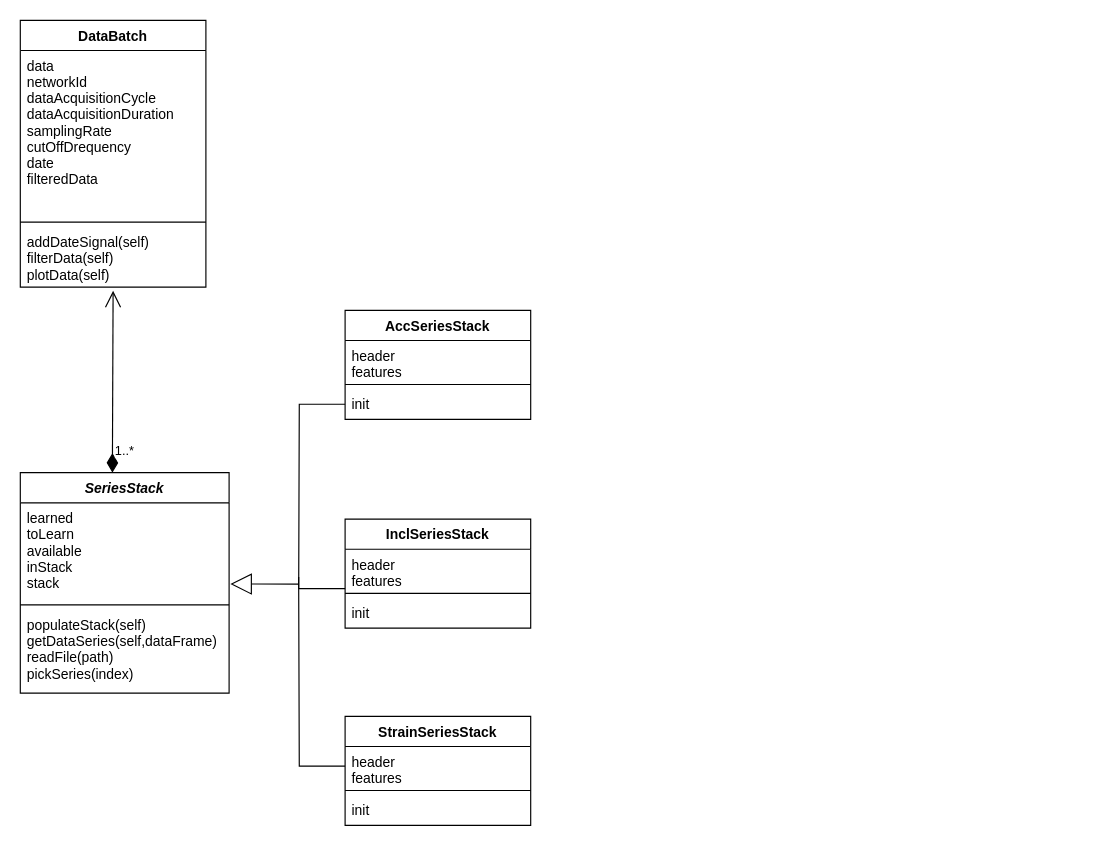
This is page "Page-3" (3 of 3) of klasschema.drawio from jesperiksson/struc-mon, a draw.io file, before an edit. Source tidied: cells renumbered, new cells numbered last; positions are measured from the earlier drawing's top-left corner, leaving out a move shared by most shapes. Both pictures are drawn from the tidied source at 116%, with x=0, y=0 at pixel (20, 20).
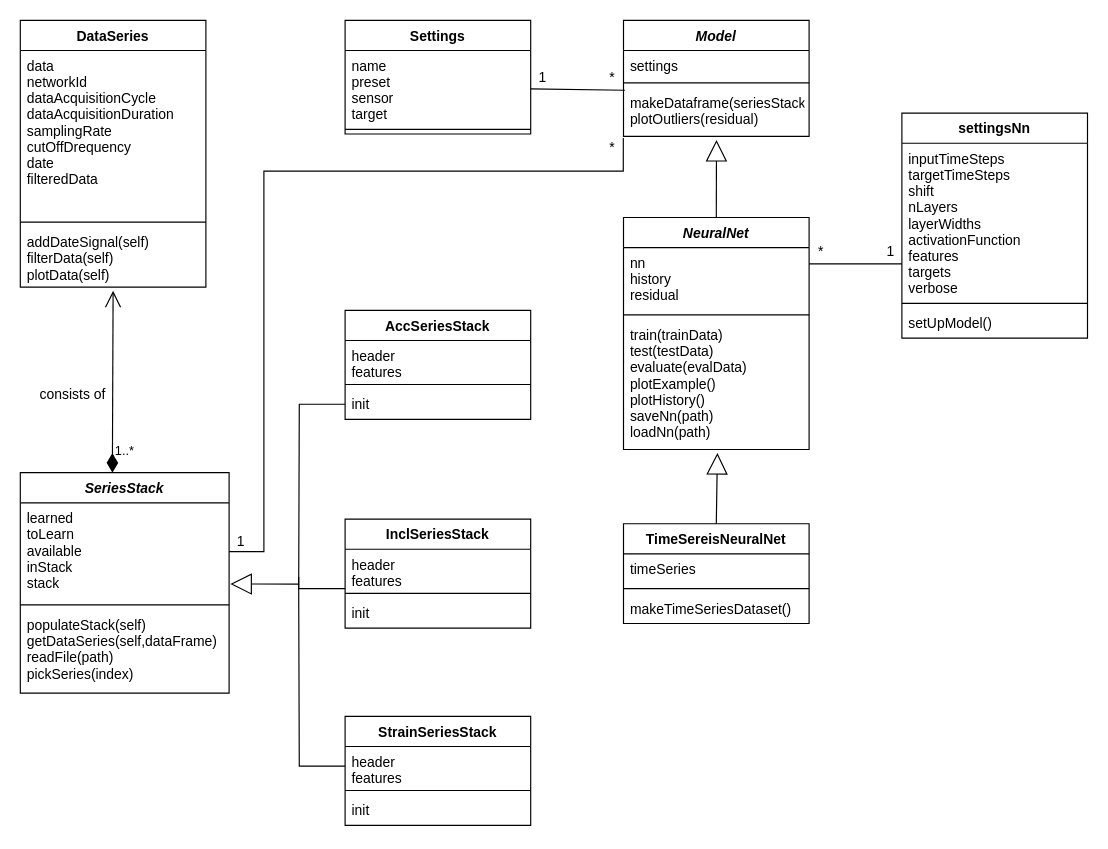
The same diagram, later.

The change refers to these unchanged cells:
```xml
<mxCell id="7" value="learned&#10;toLearn&#10;available&#10;inStack&#10;stack" style="text;strokeColor=none;fillColor=none;align=left;verticalAlign=top;spacingLeft=4;spacingRight=4;overflow=hidden;points=[[0,0.5],[1,0.5]];portConstraint=eastwest;" parent="6" vertex="1">
  <mxGeometry y="26" width="180" height="84" as="geometry" />
</mxCell>
```

Diff of the diagram source:
```diff
@@
-    <mxCell id="2" value="DataBatch" style="swimlane;fontStyle=1;align=center;verticalAlign=top;horizontal=1;startSize=26;" parent="1" vertex="1">
+    <mxCell id="2" value="DataSeries" style="swimlane;fontStyle=1;align=center;verticalAlign=top;horizontal=1;startSize=26;" parent="1" vertex="1">
       <mxGeometry width="160" height="230" as="geometry" />
     </mxCell>
@@
+    <mxCell id="27" value="consists of" style="text;html=1;align=center;verticalAlign=middle;" parent="1" vertex="1">
+      <mxGeometry x="10" y="313" width="70" height="20" as="geometry" />
+    </mxCell>
+    <mxCell id="28" value="Model" style="swimlane;fontStyle=3;align=center;verticalAlign=top;horizontal=1;startSize=26;" parent="1" vertex="1">
+      <mxGeometry x="520" width="160" height="100" as="geometry" />
+    </mxCell>
+    <mxCell id="29" value="settings&#10;" style="text;strokeColor=none;fillColor=none;align=left;verticalAlign=top;spacingLeft=4;spacingRight=4;overflow=hidden;" parent="28" vertex="1">
+      <mxGeometry y="26" width="160" height="24" as="geometry" />
+    </mxCell>
+    <mxCell id="30" style="line;strokeWidth=1;fillColor=none;align=left;verticalAlign=middle;spacingTop=-1;spacingLeft=3;spacingRight=3;labelPosition=right;" parent="28" vertex="1">
+      <mxGeometry y="50" width="160" height="8" as="geometry" />
+    </mxCell>
+    <mxCell id="31" value="makeDataframe(seriesStack)&#10;plotOutliers(residual)" style="text;strokeColor=none;fillColor=none;align=left;verticalAlign=top;spacingLeft=4;spacingRight=4;overflow=hidden;points=[[0,0.5],[1,0.5]];portConstraint=eastwest;" parent="28" vertex="1">
+      <mxGeometry y="58" width="160" height="42" as="geometry" />
+    </mxCell>
+    <mxCell id="32" value="NeuralNet" style="swimlane;fontStyle=3;align=center;verticalAlign=top;horizontal=1;startSize=26;" parent="1" vertex="1">
+      <mxGeometry x="520" y="170" width="160" height="200" as="geometry" />
+    </mxCell>
+    <mxCell id="33" value="nn&#10;history&#10;residual" style="text;strokeColor=none;fillColor=none;align=left;verticalAlign=top;spacingLeft=4;spacingRight=4;overflow=hidden;points=[[0,0.5],[1,0.5]];portConstraint=eastwest;" parent="32" vertex="1">
+      <mxGeometry y="26" width="160" height="54" as="geometry" />
+    </mxCell>
+    <mxCell id="34" style="line;strokeWidth=1;fillColor=none;align=left;verticalAlign=middle;spacingTop=-1;spacingLeft=3;spacingRight=3;labelPosition=right;" parent="32" vertex="1">
+      <mxGeometry y="80" width="160" height="8" as="geometry" />
+    </mxCell>
+    <mxCell id="35" value="train(trainData)&#10;test(testData)&#10;evaluate(evalData)&#10;plotExample()&#10;plotHistory()&#10;saveNn(path)&#10;loadNn(path)&#10;" style="text;strokeColor=none;fillColor=none;align=left;verticalAlign=top;spacingLeft=4;spacingRight=4;overflow=hidden;points=[[0,0.5],[1,0.5]];portConstraint=eastwest;" parent="32" vertex="1">
+      <mxGeometry y="88" width="160" height="112" as="geometry" />
+    </mxCell>
+    <mxCell id="36" style="endArrow=block;endSize=16;endFill=0;html=1;exitX=0.5;exitY=0;exitDx=0;exitDy=0;entryX=0.501;entryY=1.075;entryDx=0;entryDy=0;entryPerimeter=0;" parent="1" edge="1" source="32" target="31">
+      <mxGeometry relative="1" as="geometry" />
+    </mxCell>
+    <mxCell id="37" value="TimeSereisNeuralNet" style="swimlane;fontStyle=1;align=center;verticalAlign=top;horizontal=1;startSize=26;" parent="1" vertex="1">
+      <mxGeometry x="520" y="434" width="160" height="86" as="geometry" />
+    </mxCell>
+    <mxCell id="38" value="timeSeries" style="text;strokeColor=none;fillColor=none;align=left;verticalAlign=top;spacingLeft=4;spacingRight=4;overflow=hidden;" parent="37" vertex="1">
+      <mxGeometry y="26" width="160" height="26" as="geometry" />
+    </mxCell>
+    <mxCell id="39" style="line;strokeWidth=1;fillColor=none;align=left;verticalAlign=middle;spacingTop=-1;spacingLeft=3;spacingRight=3;labelPosition=right;" parent="37" vertex="1">
+      <mxGeometry y="52" width="160" height="8" as="geometry" />
+    </mxCell>
+    <mxCell id="40" value="makeTimeSeriesDataset()" style="text;strokeColor=none;fillColor=none;align=left;verticalAlign=top;spacingLeft=4;spacingRight=4;overflow=hidden;" parent="37" vertex="1">
+      <mxGeometry y="60" width="160" height="26" as="geometry" />
+    </mxCell>
+    <mxCell id="41" style="endArrow=block;endSize=16;endFill=0;html=1;exitX=0.5;exitY=0;exitDx=0;exitDy=0;entryX=0.506;entryY=1.027;entryDx=0;entryDy=0;entryPerimeter=0;" parent="1" edge="1" source="37" target="35">
+      <mxGeometry relative="1" as="geometry" />
+    </mxCell>
+    <mxCell id="42" value="Settings" style="swimlane;fontStyle=1;align=center;verticalAlign=top;horizontal=1;startSize=26;" parent="1" vertex="1">
+      <mxGeometry x="280" width="160" height="98" as="geometry" />
+    </mxCell>
+    <mxCell id="43" value="name&#10;preset&#10;sensor&#10;target" style="text;strokeColor=none;fillColor=none;align=left;verticalAlign=top;spacingLeft=4;spacingRight=4;overflow=hidden;points=[[0,0.5],[1,0.5]];portConstraint=eastwest;" parent="42" vertex="1">
+      <mxGeometry y="26" width="160" height="64" as="geometry" />
+    </mxCell>
+    <mxCell id="44" style="line;strokeWidth=1;fillColor=none;align=left;verticalAlign=middle;spacingTop=-1;spacingLeft=3;spacingRight=3;labelPosition=right;" parent="42" vertex="1">
+      <mxGeometry y="90" width="160" height="8" as="geometry" />
+    </mxCell>
+    <mxCell id="45" style="edgeStyle=none;rounded=0;jettySize=auto;html=1;entryX=0.007;entryY=0.055;entryDx=0;entryDy=0;entryPerimeter=0;endArrow=none;endFill=0;" parent="1" edge="1" source="43" target="31">
+      <mxGeometry relative="1" as="geometry" />
+    </mxCell>
+    <mxCell id="46" value="1" style="text;html=1;align=center;verticalAlign=middle;" parent="1" vertex="1">
+      <mxGeometry x="440" y="40" width="20" height="20" as="geometry" />
+    </mxCell>
+    <mxCell id="47" value="*" style="text;html=1;align=center;verticalAlign=middle;" parent="1" vertex="1">
+      <mxGeometry x="500" y="40" width="20" height="20" as="geometry" />
+    </mxCell>
+    <mxCell id="48" style="edgeStyle=orthogonalEdgeStyle;rounded=0;jettySize=auto;html=1;entryX=-0.001;entryY=1.033;entryDx=0;entryDy=0;entryPerimeter=0;endArrow=none;endFill=0;" parent="1" edge="1" source="7" target="31">
+      <mxGeometry relative="1" as="geometry">
+        <Array as="points">
+          <mxPoint x="210" y="458" />
+          <mxPoint x="210" y="130" />
+          <mxPoint x="520" y="130" />
+        </Array>
+      </mxGeometry>
+    </mxCell>
+    <mxCell id="49" value="1" style="text;html=1;align=center;verticalAlign=middle;" parent="1" vertex="1">
+      <mxGeometry x="180" y="440" width="20" height="20" as="geometry" />
+    </mxCell>
+    <mxCell id="50" value="*" style="text;html=1;align=center;verticalAlign=middle;" parent="1" vertex="1">
+      <mxGeometry x="500" y="100" width="20" height="20" as="geometry" />
+    </mxCell>
+    <mxCell id="51" value="settingsNn" style="swimlane;fontStyle=1;align=center;verticalAlign=top;horizontal=1;startSize=26;" parent="1" vertex="1">
+      <mxGeometry x="760" y="80" width="160" height="194" as="geometry" />
+    </mxCell>
+    <mxCell id="52" value="inputTimeSteps&#10;targetTimeSteps&#10;shift&#10;nLayers&#10;layerWidths&#10;activationFunction&#10;features&#10;targets&#10;verbose" style="text;strokeColor=none;fillColor=none;align=left;verticalAlign=top;spacingLeft=4;spacingRight=4;overflow=hidden;points=[[0,0.5],[1,0.5]];portConstraint=eastwest;" parent="51" vertex="1">
+      <mxGeometry y="26" width="160" height="134" as="geometry" />
+    </mxCell>
+    <mxCell id="53" style="line;strokeWidth=1;fillColor=none;align=left;verticalAlign=middle;spacingTop=-1;spacingLeft=3;spacingRight=3;labelPosition=right;" parent="51" vertex="1">
+      <mxGeometry y="160" width="160" height="8" as="geometry" />
+    </mxCell>
+    <mxCell id="54" value="setUpModel()" style="text;strokeColor=none;fillColor=none;align=left;verticalAlign=top;spacingLeft=4;spacingRight=4;overflow=hidden;" parent="51" vertex="1">
+      <mxGeometry y="168" width="160" height="26" as="geometry" />
+    </mxCell>
+    <mxCell id="55" style="edgeStyle=orthogonalEdgeStyle;rounded=0;jettySize=auto;html=1;entryX=1;entryY=0.259;entryDx=0;entryDy=0;entryPerimeter=0;endArrow=none;endFill=0;" parent="1" edge="1" source="52" target="33">
+      <mxGeometry relative="1" as="geometry">
+        <Array as="points">
+          <mxPoint x="750" y="210" />
+          <mxPoint x="750" y="210" />
+        </Array>
+      </mxGeometry>
+    </mxCell>
+    <mxCell id="56" value="1" style="text;html=1;align=center;verticalAlign=middle;" parent="1" vertex="1">
+      <mxGeometry x="740" y="190" width="20" height="20" as="geometry" />
+    </mxCell>
+    <mxCell id="57" value="*" style="text;html=1;align=center;verticalAlign=middle;" parent="1" vertex="1">
+      <mxGeometry x="680" y="190" width="20" height="20" as="geometry" />
+    </mxCell>
```
